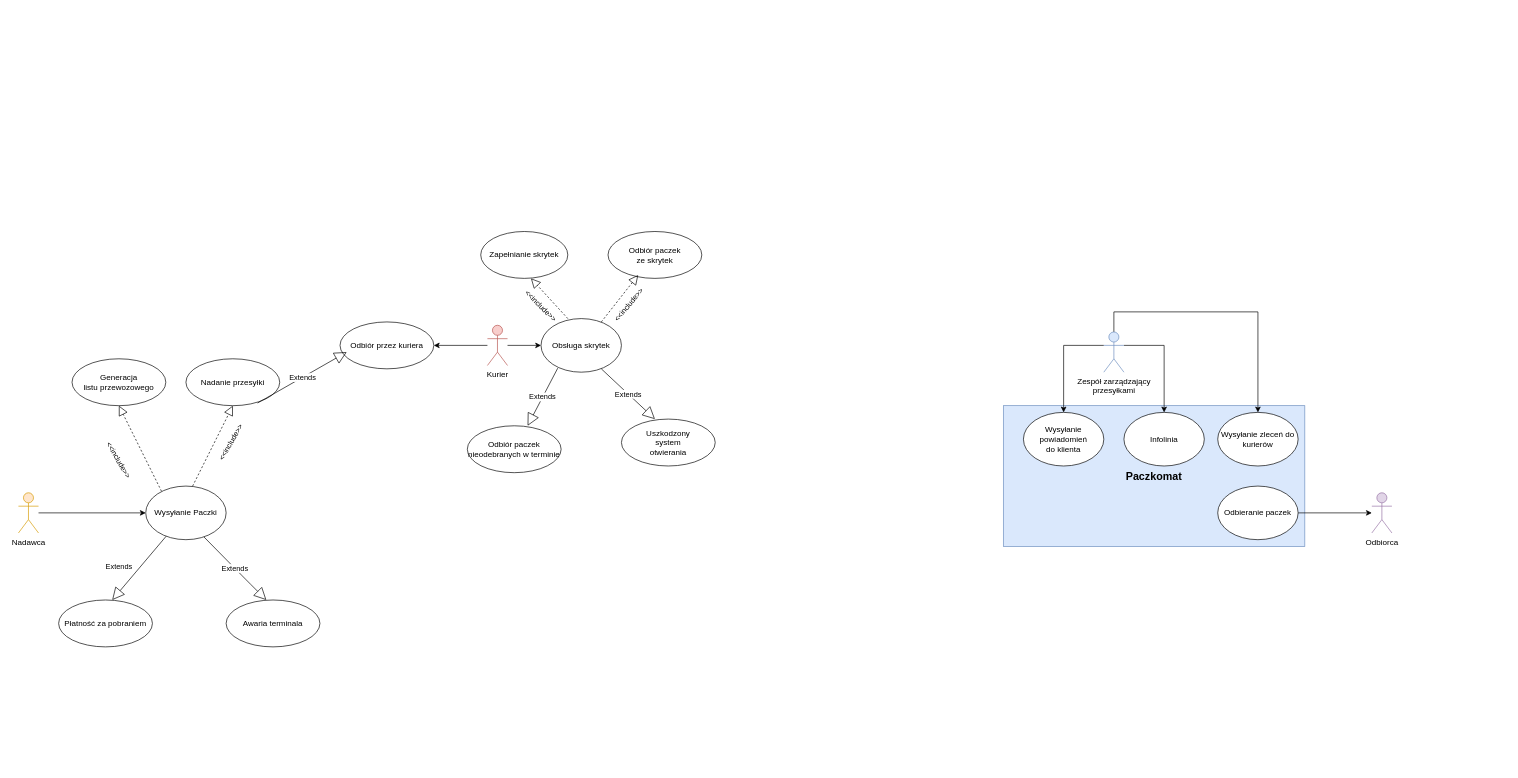
The draw.io diagram diagram.drawio in mardyr/UML-and-diagrams, before the edit. Source tidied: cells renumbered, new cells numbered last; positions are measured from the earlier drawing's top-left corner, leaving out a move shared by most shapes. Both pictures are drawn from the tidied source at 67%, with x=0, y=0 at pixel (18, 231).
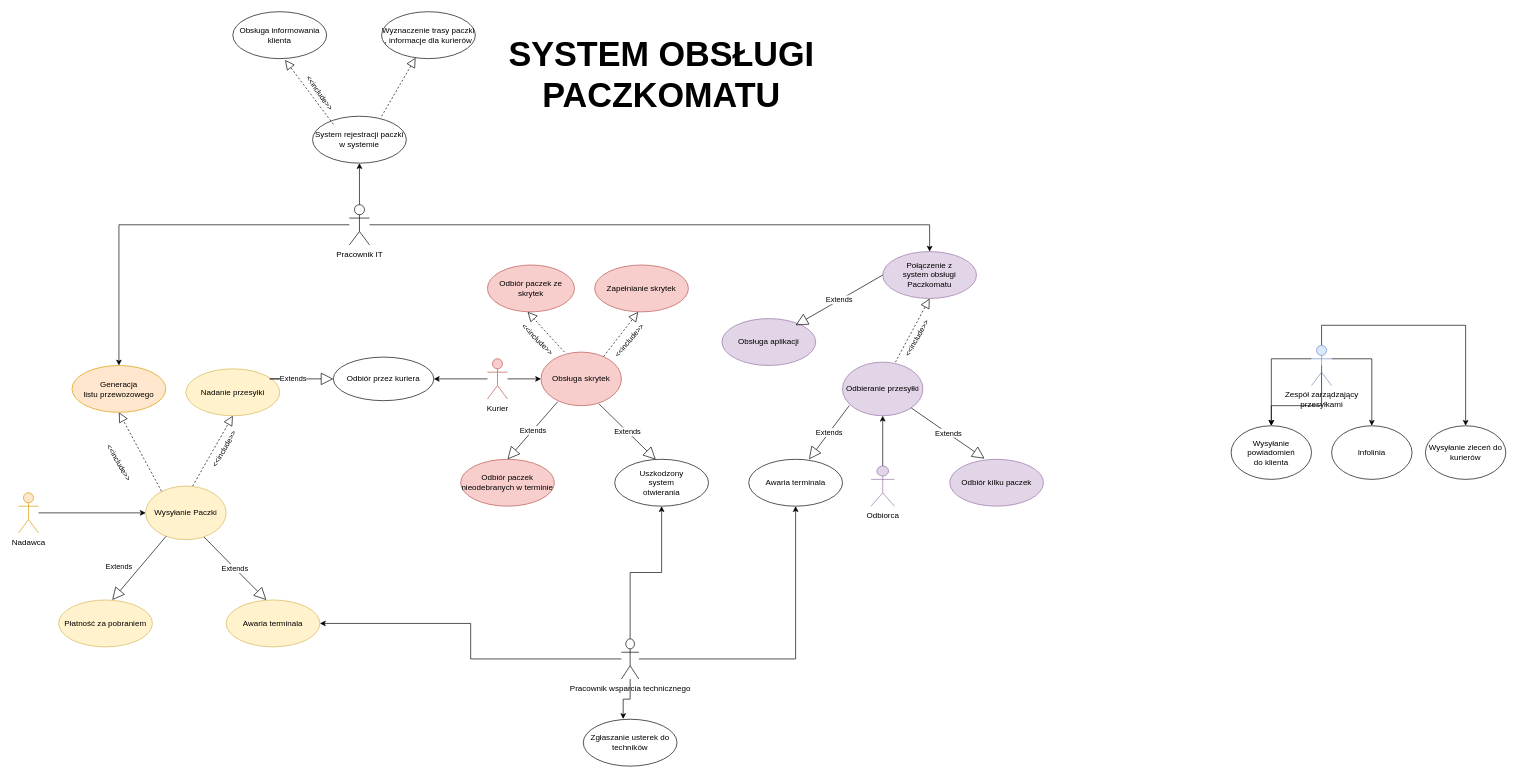
The same page after the edit.

Commit message:
Add include and extends to my Parcel locker diagram.drawio

The edit, as a diff of the source:
```diff
@@
-    <mxCell id="2" value="Odbiorca" style="shape=umlActor;verticalLabelPosition=bottom;verticalAlign=top;html=1;outlineConnect=0;fillColor=#e1d5e7;strokeColor=#9673a6;" parent="1" vertex="1">
-      <mxGeometry x="2020" y="390" width="30" height="60" as="geometry" />
-    </mxCell>
-    <mxCell id="3" value="&lt;b&gt;&lt;font style=&quot;font-size: 16px&quot;&gt;Paczkomat&lt;/font&gt;&lt;/b&gt;" style="rounded=0;whiteSpace=wrap;html=1;strokeWidth=1;fontSize=11;labelPosition=center;verticalLabelPosition=middle;align=center;verticalAlign=middle;fillColor=#dae8fc;strokeColor=#6c8ebf;" parent="1" vertex="1">
-      <mxGeometry x="1470" y="260" width="450" height="210" as="geometry" />
-    </mxCell>
@@
     <mxCell id="8" value="Kurier" style="shape=umlActor;verticalLabelPosition=bottom;verticalAlign=top;html=1;outlineConnect=0;fillColor=#f8cecc;strokeColor=#b85450;" parent="1" vertex="1">
-      <mxGeometry x="700" y="140" width="30" height="60" as="geometry" />
+      <mxGeometry x="700" y="190" width="30" height="60" as="geometry" />
     </mxCell>
-    <mxCell id="9" value="Wysyłanie Paczki" style="ellipse;whiteSpace=wrap;html=1;" parent="1" vertex="1">
+    <mxCell id="9" value="Wysyłanie Paczki" style="ellipse;whiteSpace=wrap;html=1;fillColor=#fff2cc;strokeColor=#d6b656;" parent="1" vertex="1">
       <mxGeometry x="190" y="380" width="120" height="80" as="geometry" />
     </mxCell>
-    <mxCell id="10" value="Obsługa skrytek" style="ellipse;whiteSpace=wrap;html=1;strokeWidth=1;fontSize=12;" parent="1" vertex="1">
-      <mxGeometry x="780" y="130" width="120" height="80" as="geometry" />
+    <mxCell id="10" value="Obsługa skrytek" style="ellipse;whiteSpace=wrap;html=1;strokeWidth=1;fontSize=12;fillColor=#f8cecc;strokeColor=#b85450;" parent="1" vertex="1">
+      <mxGeometry x="780" y="180" width="120" height="80" as="geometry" />
     </mxCell>
-    <mxCell id="11" style="edgeStyle=orthogonalEdgeStyle;rounded=0;jettySize=auto;html=1;fontSize=12;" parent="1" edge="1" source="12" target="2">
-      <mxGeometry relative="1" as="geometry" />
-    </mxCell>
-    <mxCell id="12" value="Odbieranie paczek" style="ellipse;whiteSpace=wrap;html=1;strokeWidth=1;fontSize=12;" parent="1" vertex="1">
-      <mxGeometry x="1790" y="380" width="120" height="80" as="geometry" />
-    </mxCell>
     <mxCell id="13" value="&lt;div&gt;Wysyłanie powiadomień&lt;/div&gt;&lt;div&gt;do klienta&lt;br&gt;&lt;/div&gt;" style="ellipse;whiteSpace=wrap;html=1;strokeWidth=1;fontSize=12;" parent="1" vertex="1">
-      <mxGeometry x="1500" y="270" width="120" height="80" as="geometry" />
+      <mxGeometry x="1810" y="290" width="120" height="80" as="geometry" />
     </mxCell>
     <mxCell id="14" value="Infolinia" style="ellipse;whiteSpace=wrap;html=1;strokeWidth=1;fontSize=12;" parent="1" vertex="1">
-      <mxGeometry x="1650" y="270" width="120" height="80" as="geometry" />
+      <mxGeometry x="1960" y="290" width="120" height="80" as="geometry" />
     </mxCell>
@@
     <mxCell id="17" style="edgeStyle=orthogonalEdgeStyle;rounded=0;jettySize=auto;html=1;fontSize=12;" parent="1" edge="1" source="18" target="19">
       <mxGeometry relative="1" as="geometry">
         <Array as="points">
-          <mxPoint x="1635" y="120" />
-          <mxPoint x="1850" y="120" />
+          <mxPoint x="1945" y="140" />
+          <mxPoint x="2160" y="140" />
         </Array>
       </mxGeometry>
     </mxCell>
+    <mxCell id="42" style="edgeStyle=orthogonalEdgeStyle;rounded=0;jettySize=auto;html=1;exitX=0.5;exitY=0.5;exitDx=0;exitDy=0;exitPerimeter=0;" parent="1" edge="1" source="18" target="13">
+      <mxGeometry relative="1" as="geometry" />
+    </mxCell>
     <mxCell id="18" value="&lt;div&gt;Zespół zarządzający &lt;br&gt;&lt;/div&gt;&lt;div&gt;przesyłkami&lt;br&gt;&lt;/div&gt;" style="shape=umlActor;verticalLabelPosition=bottom;verticalAlign=top;html=1;outlineConnect=0;strokeWidth=1;fontSize=12;fillColor=#dae8fc;strokeColor=#6c8ebf;" parent="1" vertex="1">
-      <mxGeometry x="1620" y="150" width="30" height="60" as="geometry" />
+      <mxGeometry x="1930" y="170" width="30" height="60" as="geometry" />
     </mxCell>
     <mxCell id="19" value="Wysyłanie zleceń do kurierów" style="ellipse;whiteSpace=wrap;html=1;strokeWidth=1;fontSize=12;" parent="1" vertex="1">
-      <mxGeometry x="1790" y="270" width="120" height="80" as="geometry" />
+      <mxGeometry x="2100" y="290" width="120" height="80" as="geometry" />
     </mxCell>
@@
-    <mxCell id="22" value="&lt;div&gt;Generacja &lt;br&gt;&lt;/div&gt;&lt;div&gt;listu przewozowego&lt;br&gt;&lt;/div&gt;" style="ellipse;whiteSpace=wrap;html=1;" parent="1" vertex="1">
-      <mxGeometry x="80" y="190" width="140" height="70" as="geometry" />
+    <mxCell id="22" value="&lt;div&gt;Generacja &lt;br&gt;&lt;/div&gt;&lt;div&gt;listu przewozowego&lt;br&gt;&lt;/div&gt;" style="ellipse;whiteSpace=wrap;html=1;fillColor=#ffe6cc;strokeColor=#d79b00;" parent="1" vertex="1">
+      <mxGeometry x="80" y="200" width="140" height="70" as="geometry" />
     </mxCell>
@@
-    <mxCell id="25" value="Nadanie przesyłki" style="ellipse;whiteSpace=wrap;html=1;" parent="1" vertex="1">
-      <mxGeometry x="250" y="190" width="140" height="70" as="geometry" />
+    <mxCell id="25" value="Nadanie przesyłki" style="ellipse;whiteSpace=wrap;html=1;fillColor=#fff2cc;strokeColor=#d6b656;" parent="1" vertex="1">
+      <mxGeometry x="250" y="205" width="140" height="70" as="geometry" />
     </mxCell>
     <mxCell id="26" value="&amp;lt;&amp;lt;include&amp;gt;&amp;gt;" style="edgeLabel;html=1;align=center;verticalAlign=middle;rotation=-60;" parent="1" vertex="1">
-      <mxGeometry x="470" y="440" as="geometry">
+      <mxGeometry x="460" y="450" as="geometry">
         <mxPoint x="31.4" y="-195.5" as="offset" />
       </mxGeometry>
     </mxCell>
-    <mxCell id="27" value="Płatność za pobraniem" style="ellipse;whiteSpace=wrap;html=1;" parent="1" vertex="1">
+    <mxCell id="27" value="Płatność za pobraniem" style="ellipse;whiteSpace=wrap;html=1;fillColor=#fff2cc;strokeColor=#d6b656;" parent="1" vertex="1">
       <mxGeometry x="60" y="550" width="140" height="70" as="geometry" />
     </mxCell>
     <mxCell id="28" value="Odbiór przez kuriera" style="ellipse;whiteSpace=wrap;html=1;" parent="1" vertex="1">
-      <mxGeometry x="480" y="135" width="140" height="70" as="geometry" />
+      <mxGeometry x="470" y="187.5" width="150" height="65" as="geometry" />
     </mxCell>
-    <mxCell id="29" value="Extends" style="endArrow=block;endSize=16;endFill=0;html=1;exitX=0.764;exitY=0.943;exitDx=0;exitDy=0;exitPerimeter=0;" parent="1" edge="1" source="25">
+    <mxCell id="29" value="Extends" style="endArrow=block;endSize=16;endFill=0;html=1;" parent="1" edge="1" target="28">
       <mxGeometry relative="1" as="geometry">
-        <mxPoint x="490" y="180" as="targetPoint" />
+        <mxPoint x="390" y="220" as="sourcePoint" />
+        <Array as="points">
+          <mxPoint x="370" y="220" />
+          <mxPoint x="390" y="220" />
+        </Array>
       </mxGeometry>
     </mxCell>
-    <mxCell id="30" value="Awaria terminala" style="ellipse;whiteSpace=wrap;html=1;" parent="1" vertex="1">
+    <mxCell id="30" value="Awaria terminala" style="ellipse;whiteSpace=wrap;html=1;fillColor=#fff2cc;strokeColor=#d6b656;" parent="1" vertex="1">
       <mxGeometry x="310" y="550" width="140" height="70" as="geometry" />
     </mxCell>
@@
-    <mxCell id="32" value="Zapełnianie skrytek" style="ellipse;whiteSpace=wrap;html=1;" parent="1" vertex="1">
-      <mxGeometry x="690" width="130" height="70" as="geometry" />
+    <mxCell id="32" value="Odbiór paczek ze skrytek" style="ellipse;whiteSpace=wrap;html=1;fillColor=#f8cecc;strokeColor=#b85450;" parent="1" vertex="1">
+      <mxGeometry x="700" y="50" width="130" height="70" as="geometry" />
     </mxCell>
-    <mxCell id="33" value="&lt;div&gt;Odbiór paczek &lt;br&gt;&lt;/div&gt;&lt;div&gt;ze skrytek&lt;/div&gt;" style="ellipse;whiteSpace=wrap;html=1;" parent="1" vertex="1">
-      <mxGeometry x="880" width="140" height="70" as="geometry" />
+    <mxCell id="33" value="Zapełnianie skrytek" style="ellipse;whiteSpace=wrap;html=1;fillColor=#f8cecc;strokeColor=#b85450;" parent="1" vertex="1">
+      <mxGeometry x="860" y="50" width="140" height="70" as="geometry" />
     </mxCell>
     <mxCell id="34" style="endArrow=block;dashed=1;endFill=0;endSize=12;html=1;" parent="1" edge="1">
       <mxGeometry relative="1" as="geometry">
-        <mxPoint x="820" y="130" as="sourcePoint" />
-        <mxPoint x="765" y="70" as="targetPoint" />
+        <mxPoint x="815" y="180" as="sourcePoint" />
+        <mxPoint x="760" y="120" as="targetPoint" />
       </mxGeometry>
     </mxCell>
@@
-    <mxCell id="36" style="endArrow=block;dashed=1;endFill=0;endSize=12;html=1;" parent="1" edge="1">
+    <mxCell id="36" style="endArrow=block;dashed=1;endFill=0;endSize=12;html=1;exitX=0.779;exitY=0.081;exitDx=0;exitDy=0;exitPerimeter=0;" parent="1" edge="1" source="10">
       <mxGeometry relative="1" as="geometry">
-        <mxPoint x="870" y="135" as="sourcePoint" />
-        <mxPoint x="925" y="65" as="targetPoint" />
+        <mxPoint x="925" y="120" as="targetPoint" />
       </mxGeometry>
     </mxCell>
@@
-    <mxCell id="38" value="Extends" style="endArrow=block;endSize=16;endFill=0;html=1;exitX=0.208;exitY=0.925;exitDx=0;exitDy=0;exitPerimeter=0;" parent="1" edge="1" source="10">
-      <mxGeometry relative="1" as="geometry">
-        <mxPoint x="760" y="290" as="targetPoint" />
-      </mxGeometry>
+    <mxCell id="38" value="Extends" style="endArrow=block;endSize=16;endFill=0;html=1;exitX=0.208;exitY=0.925;exitDx=0;exitDy=0;exitPerimeter=0;entryX=0.5;entryY=0;entryDx=0;entryDy=0;" parent="1" edge="1" source="10" target="39">
+      <mxGeometry relative="1" as="geometry" />
     </mxCell>
-    <mxCell id="39" value="&lt;div&gt;Odbiór paczek&lt;/div&gt;&lt;div&gt;nieodebranych w terminie&lt;br&gt;&lt;/div&gt;" style="ellipse;whiteSpace=wrap;html=1;" parent="1" vertex="1">
-      <mxGeometry x="670" y="290" width="140" height="70" as="geometry" />
+    <mxCell id="39" value="&lt;div&gt;Odbiór paczek&lt;/div&gt;&lt;div&gt;nieodebranych w terminie&lt;br&gt;&lt;/div&gt;" style="ellipse;whiteSpace=wrap;html=1;fillColor=#f8cecc;strokeColor=#b85450;" parent="1" vertex="1">
+      <mxGeometry x="660" y="340" width="140" height="70" as="geometry" />
     </mxCell>
-    <mxCell id="40" value="Extends" style="endArrow=block;endSize=16;endFill=0;html=1;" parent="1" edge="1">
-      <mxGeometry relative="1" as="geometry">
-        <mxPoint x="870" y="205" as="sourcePoint" />
-        <mxPoint x="950" y="280" as="targetPoint" />
-      </mxGeometry>
+    <mxCell id="40" value="Extends" style="endArrow=block;endSize=16;endFill=0;html=1;exitX=0.72;exitY=0.965;exitDx=0;exitDy=0;exitPerimeter=0;entryX=0.437;entryY=0.006;entryDx=0;entryDy=0;entryPerimeter=0;" parent="1" edge="1" source="10" target="41">
+      <mxGeometry relative="1" as="geometry" />
     </mxCell>
     <mxCell id="41" value="&lt;div&gt;Uszkodzony &lt;br&gt;&lt;/div&gt;&lt;div&gt;system &lt;br&gt;&lt;/div&gt;&lt;div&gt;otwierania&lt;br&gt;&lt;/div&gt;" style="ellipse;whiteSpace=wrap;html=1;" parent="1" vertex="1">
-      <mxGeometry x="900" y="280" width="140" height="70" as="geometry" />
+      <mxGeometry x="890" y="340" width="140" height="70" as="geometry" />
     </mxCell>
+    <mxCell id="43" style="edgeStyle=orthogonalEdgeStyle;rounded=0;jettySize=auto;html=1;entryX=0.5;entryY=1;entryDx=0;entryDy=0;" parent="1" edge="1" source="2" target="44">
+      <mxGeometry relative="1" as="geometry" />
+    </mxCell>
+    <mxCell id="2" value="Odbiorca" style="shape=umlActor;verticalLabelPosition=bottom;verticalAlign=top;html=1;outlineConnect=0;fillColor=#e1d5e7;strokeColor=#9673a6;" parent="1" vertex="1">
+      <mxGeometry x="1272.5" y="350" width="35" height="60" as="geometry" />
+    </mxCell>
+    <mxCell id="44" value="Odbieranie przesyłki" style="ellipse;whiteSpace=wrap;html=1;fillColor=#e1d5e7;strokeColor=#9673a6;" parent="1" vertex="1">
+      <mxGeometry x="1230" y="195" width="120" height="80" as="geometry" />
+    </mxCell>
+    <mxCell id="45" style="endArrow=block;dashed=1;endFill=0;endSize=12;html=1;entryX=0.5;entryY=1;entryDx=0;entryDy=0;exitX=0.658;exitY=0;exitDx=0;exitDy=0;exitPerimeter=0;" parent="1" edge="1" source="44" target="47">
+      <mxGeometry relative="1" as="geometry" />
+    </mxCell>
+    <mxCell id="46" value="&amp;lt;&amp;lt;include&amp;gt;&amp;gt;" style="edgeLabel;html=1;align=center;verticalAlign=middle;rotation=-60;" parent="45" vertex="1">
+      <mxGeometry x="-0.21" y="-1" relative="1" as="geometry">
+        <mxPoint x="9.8" y="2.4" as="offset" />
+      </mxGeometry>
+    </mxCell>
+    <mxCell id="47" value="&lt;div&gt;Połączenie z &lt;br&gt;&lt;/div&gt;&lt;div&gt;system obsługi&lt;/div&gt;&lt;div&gt;Paczkomatu&lt;br&gt;&lt;/div&gt;" style="ellipse;whiteSpace=wrap;html=1;fillColor=#e1d5e7;strokeColor=#9673a6;" parent="1" vertex="1">
+      <mxGeometry x="1290" y="30" width="140" height="70" as="geometry" />
+    </mxCell>
+    <mxCell id="48" value="Obsługa aplikacji" style="ellipse;whiteSpace=wrap;html=1;fillColor=#e1d5e7;strokeColor=#9673a6;" parent="1" vertex="1">
+      <mxGeometry x="1050" y="130" width="140" height="70" as="geometry" />
+    </mxCell>
+    <mxCell id="49" value="Extends" style="endArrow=block;endSize=16;endFill=0;html=1;exitX=0;exitY=0.5;exitDx=0;exitDy=0;" parent="1" edge="1" source="47">
+      <mxGeometry relative="1" as="geometry">
+        <mxPoint x="1160" y="140" as="targetPoint" />
+      </mxGeometry>
+    </mxCell>
+    <mxCell id="50" value="Extends" style="endArrow=block;endSize=16;endFill=0;html=1;" parent="1" edge="1">
+      <mxGeometry relative="1" as="geometry">
+        <mxPoint x="1240" y="260" as="sourcePoint" />
+        <mxPoint x="1180" y="340" as="targetPoint" />
+      </mxGeometry>
+    </mxCell>
+    <mxCell id="51" value="Awaria terminala" style="ellipse;whiteSpace=wrap;html=1;" parent="1" vertex="1">
+      <mxGeometry x="1090" y="340" width="140" height="70" as="geometry" />
+    </mxCell>
+    <mxCell id="52" value="Odbiór kilku paczek" style="ellipse;whiteSpace=wrap;html=1;fillColor=#e1d5e7;strokeColor=#9673a6;" parent="1" vertex="1">
+      <mxGeometry x="1390" y="340" width="140" height="70" as="geometry" />
+    </mxCell>
+    <mxCell id="53" value="Extends" style="endArrow=block;endSize=16;endFill=0;html=1;exitX=1;exitY=1;exitDx=0;exitDy=0;entryX=0.371;entryY=-0.014;entryDx=0;entryDy=0;entryPerimeter=0;" parent="1" edge="1" source="44" target="52">
+      <mxGeometry relative="1" as="geometry" />
+    </mxCell>
+    <mxCell id="54" value="&lt;font style=&quot;font-size: 51px&quot;&gt;&lt;b&gt;&lt;font style=&quot;font-size: 51px&quot;&gt;SYSTEM OBSŁUGI PACZKOMATU&lt;/font&gt;&lt;/b&gt;&lt;/font&gt;" style="text;html=1;strokeColor=none;fillColor=none;align=center;verticalAlign=middle;whiteSpace=wrap;rounded=0;" parent="1" vertex="1">
+      <mxGeometry x="601" y="-244" width="718" height="20" as="geometry" />
+    </mxCell>
+    <mxCell id="55" style="edgeStyle=orthogonalEdgeStyle;rounded=0;jettySize=auto;html=1;" parent="1" edge="1" source="59" target="41">
+      <mxGeometry relative="1" as="geometry" />
+    </mxCell>
+    <mxCell id="56" style="edgeStyle=orthogonalEdgeStyle;rounded=0;jettySize=auto;html=1;" parent="1" edge="1" source="59" target="51">
+      <mxGeometry relative="1" as="geometry" />
+    </mxCell>
+    <mxCell id="57" style="edgeStyle=orthogonalEdgeStyle;rounded=0;jettySize=auto;html=1;entryX=1;entryY=0.5;entryDx=0;entryDy=0;" parent="1" edge="1" source="59" target="30">
+      <mxGeometry relative="1" as="geometry" />
+    </mxCell>
+    <mxCell id="58" style="edgeStyle=orthogonalEdgeStyle;rounded=0;jettySize=auto;html=1;entryX=0.426;entryY=-0.006;entryDx=0;entryDy=0;entryPerimeter=0;" parent="1" edge="1" source="59" target="60">
+      <mxGeometry relative="1" as="geometry" />
+    </mxCell>
+    <mxCell id="59" value="Pracownik wsparcia technicznego" style="shape=umlActor;verticalLabelPosition=bottom;verticalAlign=top;html=1;outlineConnect=0;" parent="1" vertex="1">
+      <mxGeometry x="900" y="608" width="26" height="60" as="geometry" />
+    </mxCell>
+    <mxCell id="60" value="Zgłaszanie usterek do techników" style="ellipse;whiteSpace=wrap;html=1;" parent="1" vertex="1">
+      <mxGeometry x="843" y="728" width="140" height="70" as="geometry" />
+    </mxCell>
+    <mxCell id="61" style="edgeStyle=orthogonalEdgeStyle;rounded=0;jettySize=auto;html=1;entryX=0.5;entryY=0;entryDx=0;entryDy=0;" parent="1" edge="1" source="64" target="22">
+      <mxGeometry relative="1" as="geometry" />
+    </mxCell>
+    <mxCell id="62" style="edgeStyle=orthogonalEdgeStyle;rounded=0;jettySize=auto;html=1;entryX=0.5;entryY=0;entryDx=0;entryDy=0;" parent="1" edge="1" source="64" target="47">
+      <mxGeometry relative="1" as="geometry" />
+    </mxCell>
+    <mxCell id="63" style="edgeStyle=orthogonalEdgeStyle;rounded=0;jettySize=auto;html=1;entryX=0.5;entryY=1;entryDx=0;entryDy=0;" parent="1" edge="1" source="64" target="65">
+      <mxGeometry relative="1" as="geometry" />
+    </mxCell>
+    <mxCell id="64" value="Pracownik IT" style="shape=umlActor;verticalLabelPosition=bottom;verticalAlign=top;html=1;" parent="1" vertex="1">
+      <mxGeometry x="494" y="-40" width="30" height="60" as="geometry" />
+    </mxCell>
+    <mxCell id="65" value="System rejestracji paczki w systemie" style="ellipse;whiteSpace=wrap;html=1;" parent="1" vertex="1">
+      <mxGeometry x="439" y="-172" width="140" height="70" as="geometry" />
+    </mxCell>
+    <mxCell id="66" value="Obsługa informowania klienta" style="ellipse;whiteSpace=wrap;html=1;" parent="1" vertex="1">
+      <mxGeometry x="320" y="-328" width="140" height="70" as="geometry" />
+    </mxCell>
+    <mxCell id="67" style="endArrow=block;dashed=1;endFill=0;endSize=12;html=1;exitX=0.221;exitY=0.171;exitDx=0;exitDy=0;exitPerimeter=0;" parent="1" edge="1" source="65">
+      <mxGeometry relative="1" as="geometry">
+        <mxPoint x="398" y="-256" as="targetPoint" />
+        <Array as="points">
+          <mxPoint x="434" y="-208" />
+        </Array>
+      </mxGeometry>
+    </mxCell>
+    <mxCell id="68" value="&amp;lt;&amp;lt;include&amp;gt;&amp;gt;" style="edgeLabel;html=1;align=center;verticalAlign=middle;rotation=55;" parent="67" vertex="1">
+      <mxGeometry x="0.35" relative="1" as="geometry">
+        <mxPoint x="28.5" y="16.7" as="offset" />
+      </mxGeometry>
+    </mxCell>
+    <mxCell id="69" value="&lt;div&gt;Wyznaczenie trasy paczki&lt;/div&gt;&lt;div&gt;, informacje dla kurierów&lt;br&gt;&lt;/div&gt;" style="ellipse;whiteSpace=wrap;html=1;" parent="1" vertex="1">
+      <mxGeometry x="542" y="-328" width="140" height="70" as="geometry" />
+    </mxCell>
+    <mxCell id="70" style="endArrow=block;dashed=1;endFill=0;endSize=12;html=1;exitX=0.736;exitY=0;exitDx=0;exitDy=0;exitPerimeter=0;" parent="1" edge="1" source="65" target="69">
+      <mxGeometry relative="1" as="geometry" />
+    </mxCell>
```
